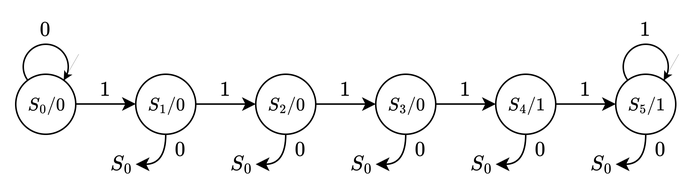
The draw.io diagram homework_3/report/assets/q1_fsm.png in apedersen00/digital-systems-design-and-verification, before a commit. Source tidied: cells renumbered, new cells last; positions are measured from the earlier drawing's top-left corner, leaving out a move shared by most shapes.
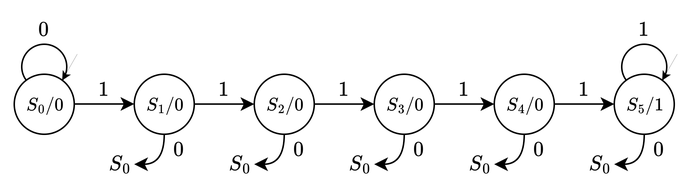
Later version of the same file.

Diff of the diagram source:
```diff
@@ -17,7 +17,7 @@
     <mxCell id="6" value="&lt;font face=&quot;Times New Roman&quot;&gt;$$S_3/0$$&lt;/font&gt;" style="ellipse;whiteSpace=wrap;html=1;" parent="1" vertex="1">
       <mxGeometry x="250" y="40" width="40" height="40" as="geometry" />
     </mxCell>
-    <mxCell id="7" value="&lt;font face=&quot;Times New Roman&quot;&gt;$$S_4/1$$&lt;/font&gt;" style="ellipse;whiteSpace=wrap;html=1;" parent="1" vertex="1">
+    <mxCell id="7" value="&lt;font face=&quot;Times New Roman&quot;&gt;$$S_4/0$$&lt;/font&gt;" style="ellipse;whiteSpace=wrap;html=1;" parent="1" vertex="1">
       <mxGeometry x="330" y="40" width="40" height="40" as="geometry" />
     </mxCell>
     <mxCell id="8" style="endArrow=classic;html=1;rounded=0;entryX=1;entryY=1;entryDx=0;entryDy=0;strokeColor=default;strokeWidth=0;" parent="1" edge="1">
```
